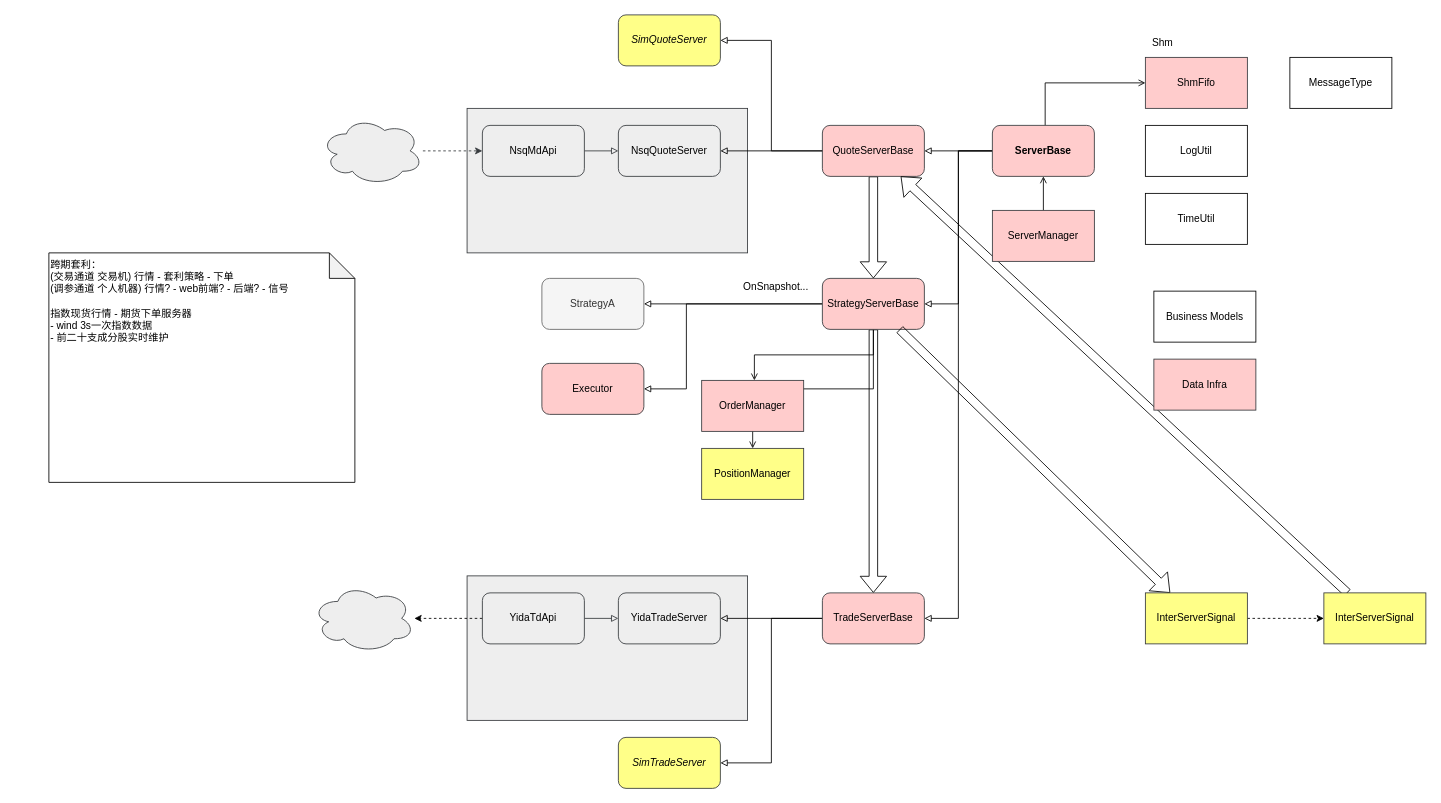
The draw.io diagram page "Framework" (1 of 2) of hft_framework.drawio in mistyeye11/drawio, before the edit. Source tidied: cells renumbered, new cells numbered last; positions are measured from the earlier drawing's top-left corner, leaving out a move shared by most shapes. Both pictures are drawn from the tidied source at 85%, with x=0, y=0 at pixel (48, 14).
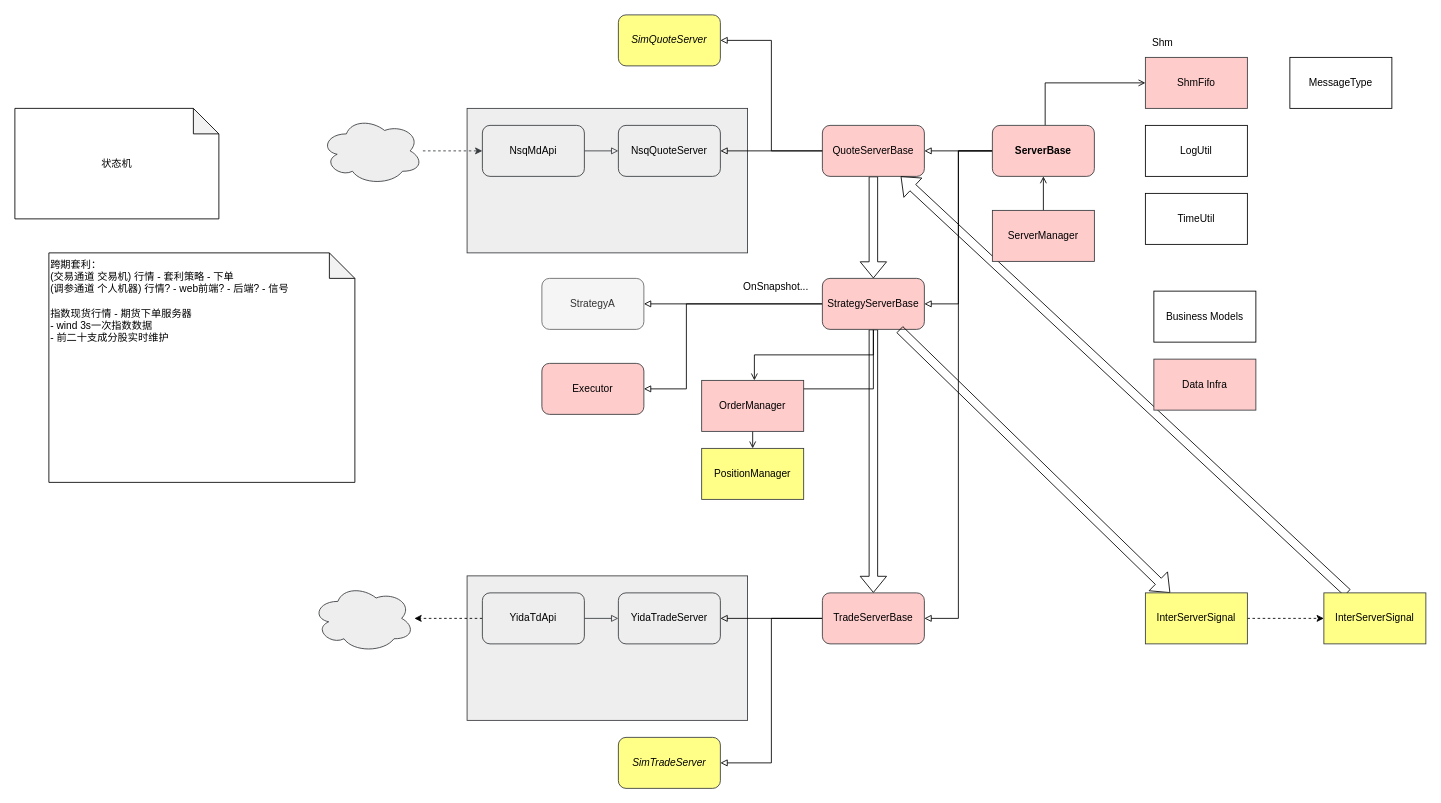
The same diagram, later.

The edit, as a diff of the source:
```diff
@@
+    <mxCell id="54" value="状态机" style="shape=note;whiteSpace=wrap;html=1;backgroundOutline=1;darkOpacity=0.05;" parent="1" vertex="1">
+      <mxGeometry x="-40" y="110" width="240" height="130" as="geometry" />
+    </mxCell>
```
